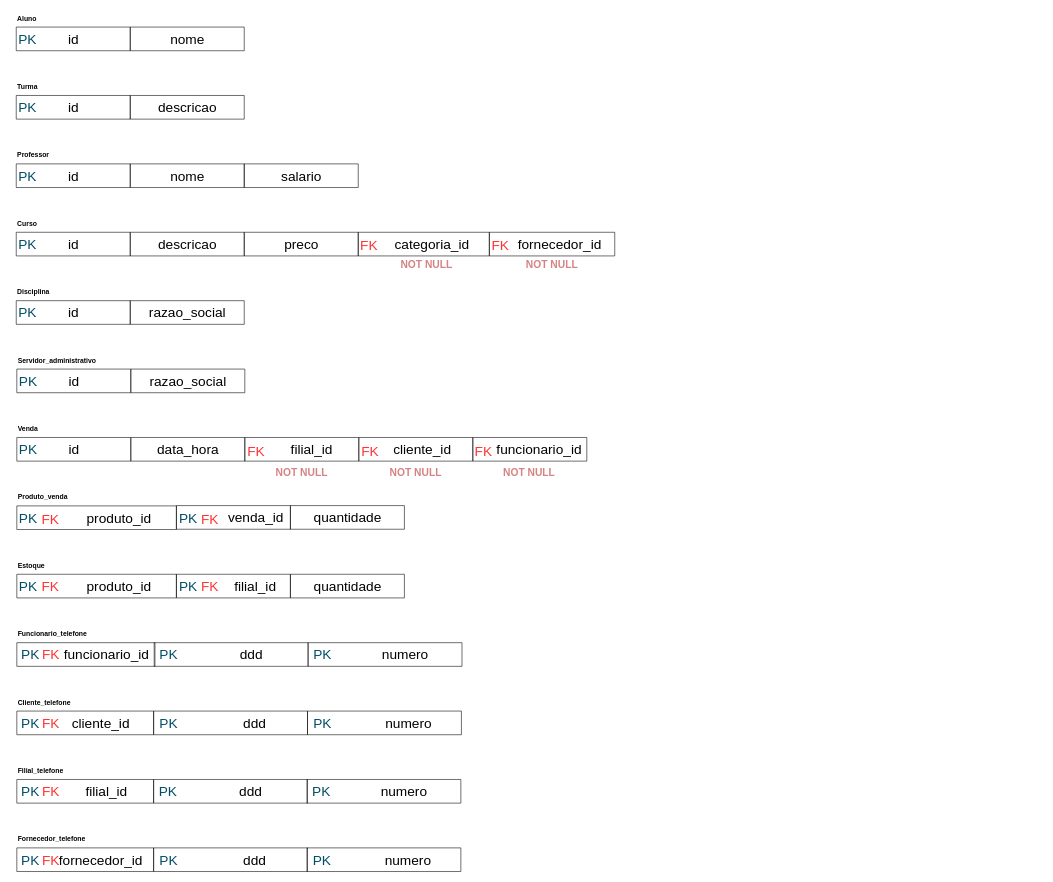
Earlier version of the draw.io diagram LEOBDATV6-1.drawio (Konitch/Diagram). Source tidied: cells renumbered, new cells numbered last; positions are measured from the earlier drawing's top-left corner, leaving out a move shared by most shapes. Both pictures are drawn from the tidied source at 57%, with x=0, y=0 at pixel (10, 10).
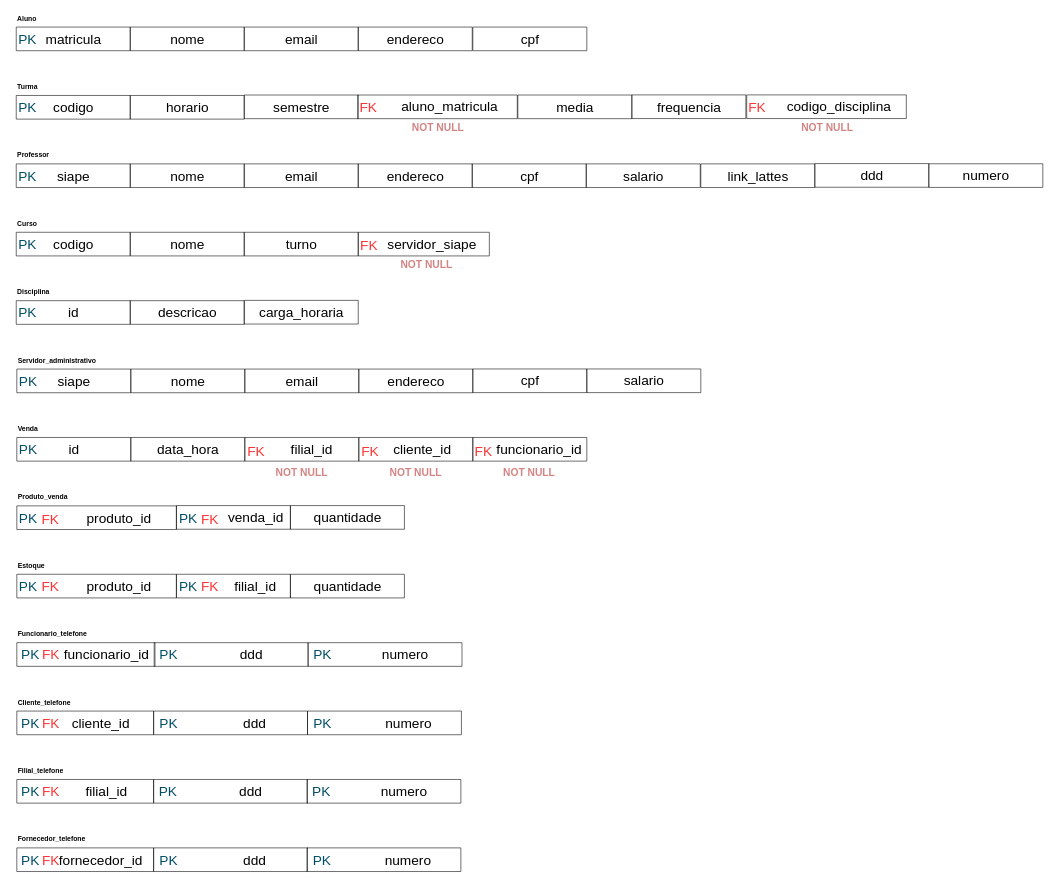
The same diagram, later.

Unchanged cells that the change refers to:
```xml
<mxCell id="3" style="group;" parent="2" vertex="1">
  <mxGeometry y="30" width="1000" height="73" as="geometry" />
</mxCell>
<mxCell id="5" style="swimlane;startSize=0;" parent="4" vertex="1">
  <mxGeometry width="200" height="41.5" as="geometry" />
</mxCell>
<mxCell id="9" style="swimlane;startSize=0;" parent="8" vertex="1">
  <mxGeometry width="200" height="41.5" as="geometry" />
</mxCell>
<mxCell id="13" style="group;" parent="12" vertex="1">
  <mxGeometry y="30" width="1000" height="43" as="geometry" />
</mxCell>
<mxCell id="15" style="swimlane;startSize=0;" parent="14" vertex="1">
  <mxGeometry width="200" height="41.5" as="geometry" />
</mxCell>
<mxCell id="22" style="swimlane;startSize=0;" parent="21" vertex="1">
  <mxGeometry width="200" height="41.5" as="geometry" />
</mxCell>
<mxCell id="26" style="group;" parent="25" vertex="1">
  <mxGeometry y="30" width="1050" height="43" as="geometry" />
</mxCell>
<mxCell id="28" style="swimlane;startSize=0;" parent="27" vertex="1">
  <mxGeometry width="200" height="41.5" as="geometry" />
</mxCell>
<mxCell id="32" style="swimlane;startSize=0;" parent="31" vertex="1">
  <mxGeometry width="200" height="41.5" as="geometry" />
</mxCell>
<mxCell id="35" style="swimlane;startSize=0;" parent="34" vertex="1">
  <mxGeometry width="200" height="41.5" as="geometry" />
</mxCell>
<mxCell id="38" style="swimlane;startSize=0;" parent="37" vertex="1">
  <mxGeometry width="230" height="41.5" as="geometry" />
</mxCell>
<mxCell id="46" style="group;" parent="1" vertex="1">
  <mxGeometry x="11" width="1230" height="73" as="geometry" />
</mxCell>
<mxCell id="51" style="swimlane;startSize=0;" parent="50" vertex="1">
  <mxGeometry width="200" height="41.5" as="geometry" />
</mxCell>
<mxCell id="60" style="group;" parent="59" vertex="1">
  <mxGeometry y="30" width="1000" height="43" as="geometry" />
</mxCell>
<mxCell id="66" style="swimlane;startSize=0;" parent="65" vertex="1">
  <mxGeometry width="200" height="41.5" as="geometry" />
</mxCell>
<mxCell id="140" style="swimlane;startSize=0;" parent="139" vertex="1">
  <mxGeometry width="200" height="41.5" as="geometry" />
</mxCell>
<mxCell id="144" style="swimlane;startSize=0;" parent="143" vertex="1">
  <mxGeometry width="200" height="41.5" as="geometry" />
</mxCell>
```

Diff of the diagram source:
```diff
@@
-    <mxCell id="6" value="&lt;font style=&quot;font-size: 24px;&quot;&gt;id&lt;/font&gt;" style="text;html=1;align=center;verticalAlign=middle;strokeColor=none;fillColor=none;" parent="5" vertex="1">
-      <mxGeometry x="80" y="1.5" width="40" height="40" as="geometry" />
+    <mxCell id="6" value="&lt;font style=&quot;font-size: 24px;&quot;&gt;codigo&lt;/font&gt;" style="text;html=1;align=center;verticalAlign=middle;strokeColor=none;fillColor=none;" parent="5" vertex="1">
+      <mxGeometry x="55" y="1.5" width="90" height="40" as="geometry" />
     </mxCell>
@@
-    <mxCell id="10" value="&lt;font style=&quot;font-size: 24px;&quot;&gt;descricao&lt;/font&gt;" style="text;html=1;align=center;verticalAlign=middle;strokeColor=none;fillColor=none;" parent="9" vertex="1">
-      <mxGeometry x="35" y="1.5" width="130" height="40" as="geometry" />
+    <mxCell id="10" value="&lt;font style=&quot;font-size: 24px;&quot;&gt;horario&lt;/font&gt;" style="text;html=1;align=center;verticalAlign=middle;strokeColor=none;fillColor=none;" parent="9" vertex="1">
+      <mxGeometry x="50" y="1.5" width="100" height="40" as="geometry" />
     </mxCell>
+    <mxCell id="200" style="group;" parent="3" vertex="1">
+      <mxGeometry x="400" y="-0.8" width="200" height="43" as="geometry" />
+    </mxCell>
+    <mxCell id="201" style="swimlane;startSize=0;" parent="200" vertex="1">
+      <mxGeometry width="200" height="41.5" as="geometry" />
+    </mxCell>
+    <mxCell id="202" value="&lt;span style=&quot;font-size: 24px;&quot;&gt;semestre&lt;/span&gt;" style="text;html=1;align=center;verticalAlign=middle;strokeColor=none;fillColor=none;" parent="201" vertex="1">
+      <mxGeometry x="40" y="1.5" width="120" height="40" as="geometry" />
+    </mxCell>
+    <mxCell id="203" style="group;" parent="3" vertex="1">
+      <mxGeometry x="599" y="-0.8" width="280" height="43" as="geometry" />
+    </mxCell>
+    <mxCell id="204" style="swimlane;startSize=0;" parent="203" vertex="1">
+      <mxGeometry width="280" height="41.5" as="geometry" />
+    </mxCell>
+    <mxCell id="205" value="&lt;span style=&quot;font-size: 24px;&quot;&gt;aluno_matricula&lt;/span&gt;" style="text;html=1;align=center;verticalAlign=middle;strokeColor=none;fillColor=none;" parent="204" vertex="1">
+      <mxGeometry x="66" y="1" width="190" height="40" as="geometry" />
+    </mxCell>
@@
-    <mxCell id="16" value="&lt;font style=&quot;font-size: 24px;&quot;&gt;id&lt;/font&gt;" style="text;html=1;align=center;verticalAlign=middle;strokeColor=none;fillColor=none;" parent="15" vertex="1">
-      <mxGeometry x="80" y="1.5" width="40" height="40" as="geometry" />
+    <mxCell id="16" value="&lt;font style=&quot;font-size: 24px;&quot;&gt;siape&lt;/font&gt;" style="text;html=1;align=center;verticalAlign=middle;strokeColor=none;fillColor=none;" parent="15" vertex="1">
+      <mxGeometry x="60" y="1.5" width="80" height="40" as="geometry" />
     </mxCell>
@@
-    <mxCell id="23" value="&lt;span style=&quot;font-size: 24px;&quot;&gt;salario&lt;/span&gt;" style="text;html=1;align=center;verticalAlign=middle;strokeColor=none;fillColor=none;" parent="22" vertex="1">
-      <mxGeometry x="55" y="1.5" width="90" height="40" as="geometry" />
+    <mxCell id="23" value="&lt;span style=&quot;font-size: 24px;&quot;&gt;email&lt;/span&gt;" style="text;html=1;align=center;verticalAlign=middle;strokeColor=none;fillColor=none;" parent="22" vertex="1">
+      <mxGeometry x="60" y="1.5" width="80" height="40" as="geometry" />
     </mxCell>
+    <mxCell id="206" style="group;" parent="13" vertex="1">
+      <mxGeometry x="600" width="200" height="43" as="geometry" />
+    </mxCell>
+    <mxCell id="207" style="swimlane;startSize=0;" parent="206" vertex="1">
+      <mxGeometry width="200" height="41.5" as="geometry" />
+    </mxCell>
+    <mxCell id="208" value="&lt;span style=&quot;font-size: 24px;&quot;&gt;endereco&lt;/span&gt;" style="text;html=1;align=center;verticalAlign=middle;strokeColor=none;fillColor=none;" parent="207" vertex="1">
+      <mxGeometry x="40" y="1.5" width="120" height="40" as="geometry" />
+    </mxCell>
+    <mxCell id="209" style="group;" parent="13" vertex="1">
+      <mxGeometry x="800" width="200" height="43" as="geometry" />
+    </mxCell>
+    <mxCell id="210" style="swimlane;startSize=0;" parent="209" vertex="1">
+      <mxGeometry width="200" height="41.5" as="geometry" />
+    </mxCell>
+    <mxCell id="211" value="&lt;span style=&quot;font-size: 24px;&quot;&gt;cpf&lt;/span&gt;" style="text;html=1;align=center;verticalAlign=middle;strokeColor=none;fillColor=none;" parent="210" vertex="1">
+      <mxGeometry x="70" y="1.5" width="60" height="40" as="geometry" />
+    </mxCell>
@@
-    <mxCell id="29" value="&lt;font style=&quot;font-size: 24px;&quot;&gt;id&lt;/font&gt;" style="text;html=1;align=center;verticalAlign=middle;strokeColor=none;fillColor=none;" parent="28" vertex="1">
-      <mxGeometry x="80" y="1.5" width="40" height="40" as="geometry" />
+    <mxCell id="29" value="&lt;font style=&quot;font-size: 24px;&quot;&gt;codigo&lt;/font&gt;" style="text;html=1;align=center;verticalAlign=middle;strokeColor=none;fillColor=none;" parent="28" vertex="1">
+      <mxGeometry x="55" y="1.5" width="90" height="40" as="geometry" />
     </mxCell>
@@
-    <mxCell id="33" value="&lt;font style=&quot;font-size: 24px;&quot;&gt;descricao&lt;/font&gt;" style="text;html=1;align=center;verticalAlign=middle;strokeColor=none;fillColor=none;" parent="32" vertex="1">
-      <mxGeometry x="35" y="1.5" width="130" height="40" as="geometry" />
+    <mxCell id="33" value="&lt;font style=&quot;font-size: 24px;&quot;&gt;nome&lt;/font&gt;" style="text;html=1;align=center;verticalAlign=middle;strokeColor=none;fillColor=none;" parent="32" vertex="1">
+      <mxGeometry x="60" y="1.5" width="80" height="40" as="geometry" />
     </mxCell>
@@
-    <mxCell id="36" value="&lt;font style=&quot;font-size: 24px;&quot;&gt;preco&lt;/font&gt;" style="text;html=1;align=center;verticalAlign=middle;strokeColor=none;fillColor=none;" parent="35" vertex="1">
+    <mxCell id="36" value="&lt;font style=&quot;font-size: 24px;&quot;&gt;turno&lt;/font&gt;" style="text;html=1;align=center;verticalAlign=middle;strokeColor=none;fillColor=none;" parent="35" vertex="1">
       <mxGeometry x="60" y="1.5" width="80" height="40" as="geometry" />
     </mxCell>
@@
-    <mxCell id="39" value="&lt;font style=&quot;font-size: 24px;&quot;&gt;categoria_id&lt;/font&gt;" style="text;html=1;align=center;verticalAlign=middle;strokeColor=none;fillColor=none;" parent="38" vertex="1">
-      <mxGeometry x="54" y="1.5" width="150" height="40" as="geometry" />
+    <mxCell id="39" value="&lt;font style=&quot;font-size: 24px;&quot;&gt;servidor_siape&lt;/font&gt;" style="text;html=1;align=center;verticalAlign=middle;strokeColor=none;fillColor=none;" parent="38" vertex="1">
+      <mxGeometry x="39" y="1.5" width="180" height="40" as="geometry" />
     </mxCell>
@@
-    <mxCell id="41" style="group;" parent="26" vertex="1">
-      <mxGeometry x="830" width="220" height="43" as="geometry" />
-    </mxCell>
-    <mxCell id="42" style="swimlane;startSize=0;" parent="41" vertex="1">
-      <mxGeometry width="220" height="41.5" as="geometry" />
-    </mxCell>
-    <mxCell id="43" value="&lt;font style=&quot;font-size: 24px;&quot;&gt;fornecedor_id&lt;/font&gt;" style="text;html=1;align=center;verticalAlign=middle;strokeColor=none;fillColor=none;" parent="42" vertex="1">
-      <mxGeometry x="38" y="1.5" width="170" height="40" as="geometry" />
-    </mxCell>
-    <mxCell id="44" value="&lt;font color=&quot;#ff3333&quot; style=&quot;font-size: 24px;&quot;&gt;FK&lt;/font&gt;" style="text;html=1;align=center;verticalAlign=middle;whiteSpace=wrap;rounded=0;" parent="42" vertex="1">
-      <mxGeometry x="-15" y="8.5" width="69" height="30" as="geometry" />
-    </mxCell>
@@
     <mxCell id="47" style="group;" parent="46" vertex="1">
-      <mxGeometry width="1000" height="73" as="geometry" />
+      <mxGeometry width="1001" height="73" as="geometry" />
     </mxCell>
@@
     <mxCell id="49" style="group;" parent="47" vertex="1">
-      <mxGeometry y="30" width="1000" height="43" as="geometry" />
+      <mxGeometry y="30" width="1001" height="43" as="geometry" />
     </mxCell>
@@
-    <mxCell id="52" value="&lt;font style=&quot;font-size: 24px;&quot;&gt;id&lt;/font&gt;" style="text;html=1;align=center;verticalAlign=middle;strokeColor=none;fillColor=none;" parent="51" vertex="1">
-      <mxGeometry x="80" y="1.5" width="40" height="40" as="geometry" />
+    <mxCell id="52" value="&lt;font style=&quot;font-size: 24px;&quot;&gt;matricula&lt;/font&gt;" style="text;html=1;align=center;verticalAlign=middle;strokeColor=none;fillColor=none;" parent="51" vertex="1">
+      <mxGeometry x="40" y="1.5" width="120" height="40" as="geometry" />
     </mxCell>
@@
+    <mxCell id="212" style="group;" parent="49" vertex="1">
+      <mxGeometry x="801" width="200" height="43" as="geometry" />
+    </mxCell>
+    <mxCell id="213" style="swimlane;startSize=0;" parent="212" vertex="1">
+      <mxGeometry width="200" height="41.5" as="geometry" />
+    </mxCell>
+    <mxCell id="214" value="&lt;span style=&quot;font-size: 24px;&quot;&gt;cpf&lt;/span&gt;" style="text;html=1;align=center;verticalAlign=middle;strokeColor=none;fillColor=none;" parent="213" vertex="1">
+      <mxGeometry x="70" y="1.5" width="60" height="40" as="geometry" />
+    </mxCell>
@@
-    <mxCell id="67" value="&lt;font style=&quot;font-size: 24px;&quot;&gt;razao_social&lt;/font&gt;" style="text;html=1;align=center;verticalAlign=middle;strokeColor=none;fillColor=none;" parent="66" vertex="1">
-      <mxGeometry x="20" y="1.5" width="160" height="40" as="geometry" />
+    <mxCell id="67" value="&lt;font style=&quot;font-size: 24px;&quot;&gt;descricao&lt;/font&gt;" style="text;html=1;align=center;verticalAlign=middle;strokeColor=none;fillColor=none;" parent="66" vertex="1">
+      <mxGeometry x="35" y="1.5" width="130" height="40" as="geometry" />
     </mxCell>
+    <mxCell id="215" style="group;" parent="60" vertex="1">
+      <mxGeometry x="400" y="-0.5" width="200" height="43" as="geometry" />
+    </mxCell>
+    <mxCell id="216" style="swimlane;startSize=0;" parent="215" vertex="1">
+      <mxGeometry width="200" height="41.5" as="geometry" />
+    </mxCell>
+    <mxCell id="217" value="&lt;font style=&quot;font-size: 24px;&quot;&gt;carga_horaria&lt;/font&gt;" style="text;html=1;align=center;verticalAlign=middle;strokeColor=none;fillColor=none;" parent="216" vertex="1">
+      <mxGeometry x="15" y="1.5" width="170" height="40" as="geometry" />
+    </mxCell>
@@
     <mxCell id="137" style="group;" parent="1" vertex="1">
-      <mxGeometry x="12" y="600" width="1000" height="73" as="geometry" />
+      <mxGeometry x="12" y="600" width="1000" height="74.5" as="geometry" />
     </mxCell>
     <mxCell id="138" style="group;" parent="137" vertex="1">
-      <mxGeometry y="30" width="1000" height="43" as="geometry" />
+      <mxGeometry y="30" width="1000" height="44.5" as="geometry" />
     </mxCell>
@@
-    <mxCell id="141" value="&lt;font style=&quot;font-size: 24px;&quot;&gt;id&lt;/font&gt;" style="text;html=1;align=center;verticalAlign=middle;strokeColor=none;fillColor=none;" parent="140" vertex="1">
-      <mxGeometry x="80" y="1.5" width="40" height="40" as="geometry" />
+    <mxCell id="141" value="&lt;font style=&quot;font-size: 24px;&quot;&gt;siape&lt;/font&gt;" style="text;html=1;align=center;verticalAlign=middle;strokeColor=none;fillColor=none;" parent="140" vertex="1">
+      <mxGeometry x="60" y="1.5" width="80" height="40" as="geometry" />
     </mxCell>
@@
-    <mxCell id="145" value="&lt;font style=&quot;font-size: 24px;&quot;&gt;razao_social&lt;/font&gt;" style="text;html=1;align=center;verticalAlign=middle;strokeColor=none;fillColor=none;" parent="144" vertex="1">
-      <mxGeometry x="20" y="1.5" width="160" height="40" as="geometry" />
+    <mxCell id="145" value="&lt;font style=&quot;font-size: 24px;&quot;&gt;nome&lt;/font&gt;" style="text;html=1;align=center;verticalAlign=middle;strokeColor=none;fillColor=none;" parent="144" vertex="1">
+      <mxGeometry x="60" y="1.5" width="80" height="40" as="geometry" />
     </mxCell>
+    <mxCell id="218" style="group;" parent="138" vertex="1">
+      <mxGeometry x="400" width="200" height="43" as="geometry" />
+    </mxCell>
+    <mxCell id="219" style="swimlane;startSize=0;" parent="218" vertex="1">
+      <mxGeometry width="200" height="41.5" as="geometry" />
+    </mxCell>
+    <mxCell id="220" value="&lt;font style=&quot;font-size: 24px;&quot;&gt;email&lt;/font&gt;" style="text;html=1;align=center;verticalAlign=middle;strokeColor=none;fillColor=none;" parent="219" vertex="1">
+      <mxGeometry x="60" y="1.5" width="80" height="40" as="geometry" />
+    </mxCell>
+    <mxCell id="221" style="group;" parent="138" vertex="1">
+      <mxGeometry x="600" width="200" height="43" as="geometry" />
+    </mxCell>
+    <mxCell id="222" style="swimlane;startSize=0;" parent="221" vertex="1">
+      <mxGeometry width="200" height="41.5" as="geometry" />
+    </mxCell>
+    <mxCell id="223" value="&lt;font style=&quot;font-size: 24px;&quot;&gt;endereco&lt;/font&gt;" style="text;html=1;align=center;verticalAlign=middle;strokeColor=none;fillColor=none;" parent="222" vertex="1">
+      <mxGeometry x="40" y="1.5" width="120" height="40" as="geometry" />
+    </mxCell>
+    <mxCell id="224" style="group;" parent="138" vertex="1">
+      <mxGeometry x="800" y="-0.2" width="200" height="43" as="geometry" />
+    </mxCell>
+    <mxCell id="225" style="swimlane;startSize=0;" parent="224" vertex="1">
+      <mxGeometry width="200" height="41.5" as="geometry" />
+    </mxCell>
+    <mxCell id="226" value="&lt;font style=&quot;font-size: 24px;&quot;&gt;cpf&lt;/font&gt;" style="text;html=1;align=center;verticalAlign=middle;strokeColor=none;fillColor=none;" parent="225" vertex="1">
+      <mxGeometry x="70" y="1.5" width="60" height="40" as="geometry" />
+    </mxCell>
@@
-    <mxCell id="199" value="&lt;h2&gt;&lt;font color=&quot;#d48383&quot;&gt;NOT NULL&lt;/font&gt;&lt;/h2&gt;" style="text;html=1;align=center;verticalAlign=middle;whiteSpace=wrap;rounded=0;" parent="1" vertex="1">
-      <mxGeometry x="851" y="433" width="200" height="30" as="geometry" />
-    </mxCell>
+    <mxCell id="227" style="group;" parent="1" vertex="1">
+      <mxGeometry x="411" y="30" width="200" height="43" as="geometry" />
+    </mxCell>
+    <mxCell id="228" style="swimlane;startSize=0;" parent="227" vertex="1">
+      <mxGeometry width="200" height="41.5" as="geometry" />
+    </mxCell>
+    <mxCell id="229" value="&lt;span style=&quot;font-size: 24px;&quot;&gt;email&lt;/span&gt;" style="text;html=1;align=center;verticalAlign=middle;strokeColor=none;fillColor=none;" parent="228" vertex="1">
+      <mxGeometry x="60" y="1.5" width="80" height="40" as="geometry" />
+    </mxCell>
+    <mxCell id="230" style="group;" parent="1" vertex="1">
+      <mxGeometry x="611" y="30" width="200" height="43" as="geometry" />
+    </mxCell>
+    <mxCell id="231" style="swimlane;startSize=0;" parent="230" vertex="1">
+      <mxGeometry width="200" height="41.5" as="geometry" />
+    </mxCell>
+    <mxCell id="232" value="&lt;span style=&quot;font-size: 24px;&quot;&gt;endereco&lt;/span&gt;" style="text;html=1;align=center;verticalAlign=middle;strokeColor=none;fillColor=none;" parent="231" vertex="1">
+      <mxGeometry x="40" y="1.5" width="120" height="40" as="geometry" />
+    </mxCell>
+    <mxCell id="233" style="group;" parent="1" vertex="1">
+      <mxGeometry x="1011" y="270" width="200" height="43" as="geometry" />
+    </mxCell>
+    <mxCell id="234" style="swimlane;startSize=0;" parent="233" vertex="1">
+      <mxGeometry width="200" height="41.5" as="geometry" />
+    </mxCell>
+    <mxCell id="235" value="&lt;span style=&quot;font-size: 24px;&quot;&gt;salario&lt;/span&gt;" style="text;html=1;align=center;verticalAlign=middle;strokeColor=none;fillColor=none;" parent="234" vertex="1">
+      <mxGeometry x="55" y="1.5" width="90" height="40" as="geometry" />
+    </mxCell>
+    <mxCell id="236" style="group;" parent="1" vertex="1">
+      <mxGeometry x="1212" y="270" width="200" height="43" as="geometry" />
+    </mxCell>
+    <mxCell id="237" style="swimlane;startSize=0;" parent="236" vertex="1">
+      <mxGeometry width="200" height="41.5" as="geometry" />
+    </mxCell>
+    <mxCell id="238" value="&lt;span style=&quot;font-size: 24px;&quot;&gt;link_lattes&lt;/span&gt;" style="text;html=1;align=center;verticalAlign=middle;strokeColor=none;fillColor=none;" parent="237" vertex="1">
+      <mxGeometry x="35" y="1.5" width="130" height="40" as="geometry" />
+    </mxCell>
+    <mxCell id="239" style="group;" parent="1" vertex="1">
+      <mxGeometry x="1412" y="269.5" width="200" height="43" as="geometry" />
+    </mxCell>
+    <mxCell id="240" style="swimlane;startSize=0;" parent="239" vertex="1">
+      <mxGeometry width="200" height="41.5" as="geometry" />
+    </mxCell>
+    <mxCell id="241" value="&lt;span style=&quot;font-size: 24px;&quot;&gt;ddd&lt;/span&gt;" style="text;html=1;align=center;verticalAlign=middle;strokeColor=none;fillColor=none;" parent="240" vertex="1">
+      <mxGeometry x="70" y="1.5" width="60" height="40" as="geometry" />
+    </mxCell>
+    <mxCell id="242" style="group;" parent="1" vertex="1">
+      <mxGeometry x="1612" y="269.8" width="200" height="43" as="geometry" />
+    </mxCell>
+    <mxCell id="243" style="swimlane;startSize=0;" parent="242" vertex="1">
+      <mxGeometry width="200" height="41.5" as="geometry" />
+    </mxCell>
+    <mxCell id="244" value="&lt;span style=&quot;font-size: 24px;&quot;&gt;numero&lt;/span&gt;" style="text;html=1;align=center;verticalAlign=middle;strokeColor=none;fillColor=none;" parent="243" vertex="1">
+      <mxGeometry x="50" y="1.5" width="100" height="40" as="geometry" />
+    </mxCell>
+    <mxCell id="245" style="group;" parent="1" vertex="1">
+      <mxGeometry x="1012" y="629.8" width="200" height="43" as="geometry" />
+    </mxCell>
+    <mxCell id="246" style="swimlane;startSize=0;" parent="245" vertex="1">
+      <mxGeometry width="200" height="41.5" as="geometry" />
+    </mxCell>
+    <mxCell id="247" value="&lt;font style=&quot;font-size: 24px;&quot;&gt;salario&lt;/font&gt;" style="text;html=1;align=center;verticalAlign=middle;strokeColor=none;fillColor=none;" parent="246" vertex="1">
+      <mxGeometry x="55" y="1.5" width="90" height="40" as="geometry" />
+    </mxCell>
+    <mxCell id="248" style="group;" parent="1" vertex="1">
+      <mxGeometry x="891" y="149.2" width="200" height="43" as="geometry" />
+    </mxCell>
+    <mxCell id="249" style="swimlane;startSize=0;" parent="248" vertex="1">
+      <mxGeometry width="200" height="41.5" as="geometry" />
+    </mxCell>
+    <mxCell id="250" value="&lt;span style=&quot;font-size: 24px;&quot;&gt;media&lt;/span&gt;" style="text;html=1;align=center;verticalAlign=middle;strokeColor=none;fillColor=none;" parent="249" vertex="1">
+      <mxGeometry x="55" y="1.5" width="90" height="40" as="geometry" />
+    </mxCell>
+    <mxCell id="251" style="group;" parent="1" vertex="1">
+      <mxGeometry x="1091" y="149" width="200" height="43" as="geometry" />
+    </mxCell>
+    <mxCell id="252" style="swimlane;startSize=0;" parent="251" vertex="1">
+      <mxGeometry width="200" height="41.5" as="geometry" />
+    </mxCell>
+    <mxCell id="253" value="&lt;span style=&quot;font-size: 24px;&quot;&gt;frequencia&lt;/span&gt;" style="text;html=1;align=center;verticalAlign=middle;strokeColor=none;fillColor=none;" parent="252" vertex="1">
+      <mxGeometry x="30" y="1.5" width="140" height="40" as="geometry" />
+    </mxCell>
+    <mxCell id="254" value="&lt;font color=&quot;#ff3333&quot; style=&quot;font-size: 24px;&quot;&gt;FK&lt;/font&gt;" style="text;html=1;align=center;verticalAlign=middle;whiteSpace=wrap;rounded=0;" parent="1" vertex="1">
+      <mxGeometry x="598.5" y="157" width="60" height="30" as="geometry" />
+    </mxCell>
+    <mxCell id="255" value="&lt;h2&gt;&lt;font color=&quot;#d48383&quot;&gt;NOT NULL&lt;/font&gt;&lt;/h2&gt;" style="text;html=1;align=center;verticalAlign=middle;whiteSpace=wrap;rounded=0;" parent="1" vertex="1">
+      <mxGeometry x="611" y="191.5" width="280" height="30" as="geometry" />
+    </mxCell>
+    <mxCell id="256" style="group;" parent="1" vertex="1">
+      <mxGeometry x="1292.5" y="149" width="280" height="43" as="geometry" />
+    </mxCell>
+    <mxCell id="257" style="swimlane;startSize=0;" parent="256" vertex="1">
+      <mxGeometry width="280" height="41.5" as="geometry" />
+    </mxCell>
+    <mxCell id="258" value="&lt;span style=&quot;font-size: 24px;&quot;&gt;codigo_disciplina&lt;/span&gt;" style="text;html=1;align=center;verticalAlign=middle;strokeColor=none;fillColor=none;" parent="257" vertex="1">
+      <mxGeometry x="56" y="1" width="210" height="40" as="geometry" />
+    </mxCell>
+    <mxCell id="259" value="&lt;font color=&quot;#ff3333&quot; style=&quot;font-size: 24px;&quot;&gt;FK&lt;/font&gt;" style="text;html=1;align=center;verticalAlign=middle;whiteSpace=wrap;rounded=0;" parent="1" vertex="1">
+      <mxGeometry x="1281" y="156.8" width="60" height="30" as="geometry" />
+    </mxCell>
+    <mxCell id="260" value="&lt;h2&gt;&lt;font color=&quot;#d48383&quot;&gt;NOT NULL&lt;/font&gt;&lt;/h2&gt;" style="text;html=1;align=center;verticalAlign=middle;whiteSpace=wrap;rounded=0;" parent="1" vertex="1">
+      <mxGeometry x="1293.5" y="191.2" width="280" height="30" as="geometry" />
+    </mxCell>
```
